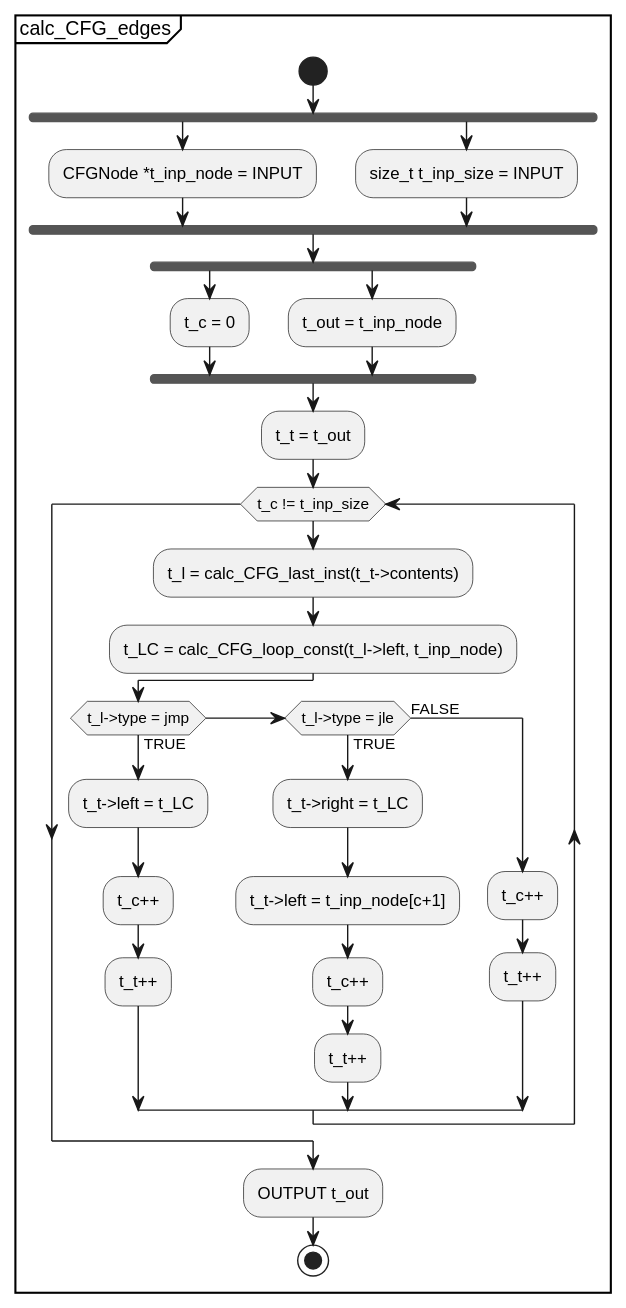
KeithCBrett/Python-Compiler keeps this PlantUML diagram as docs/UML/Control_Flow_Graph_Generation_Scheme/submodules/svg/calc_CFG_edges.svg. Above is the earlier version.
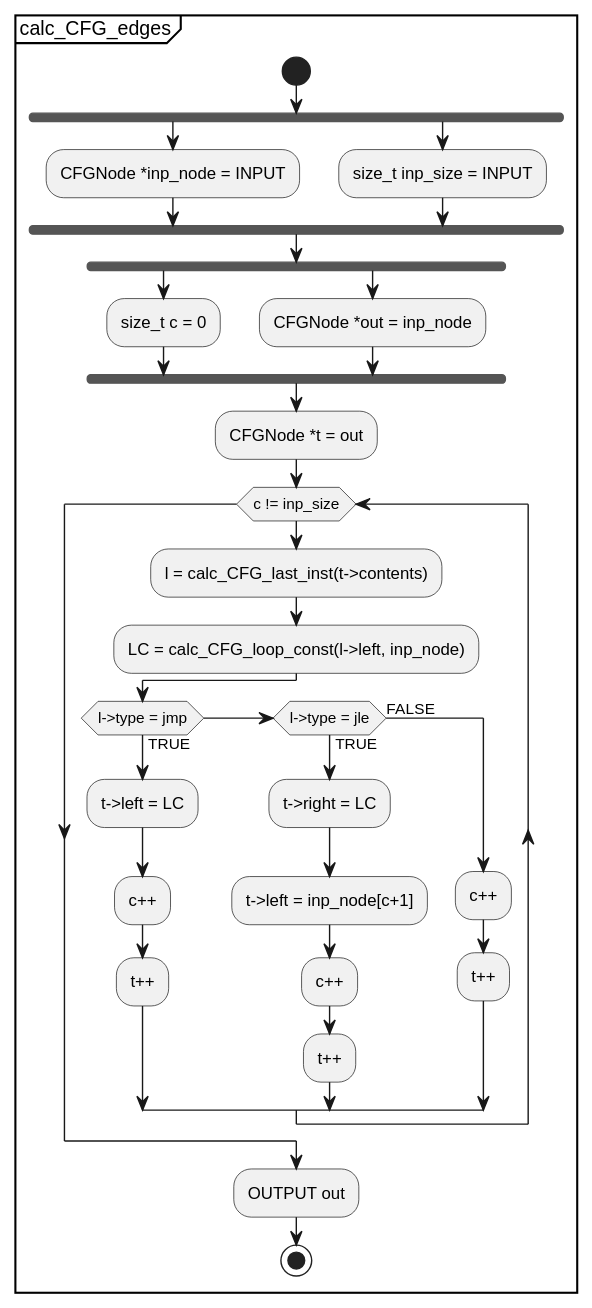
The same diagram one commit later.

What changed in the source:
```diff
@@ -1,35 +1,35 @@
 @startuml
 partition calc_CFG_edges {
 start
-    fork
-        :CFGNode *t_inp_node = INPUT;
-    fork again
-        :size_t t_inp_size = INPUT;
-    end fork
-    fork
-        :t_c = 0;
-    fork again
-        :t_out = t_inp_node;
-    end fork
-    :t_t = t_out;
-    while (t_c != t_inp_size)
-        :t_l = calc_CFG_last_inst(t_t->contents);
-        :t_LC = calc_CFG_loop_const(t_l->left, t_inp_node);
-        if (t_l->type = jmp) then (TRUE)
-            :t_t->left = t_LC;
-            :t_c++;
-            :t_t++;
-        elseif (t_l->type = jle) then (TRUE)
-            :t_t->right = t_LC;
-            :t_t->left = t_inp_node[c+1];
-            :t_c++;
-            :t_t++;
-        else (FALSE)
-            :t_c++;
-            :t_t++;
-        endif
-    endwhile
-    :OUTPUT t_out;
-stop
+	fork
+		:CFGNode *inp_node = INPUT;
+	fork again
+		:size_t inp_size = INPUT;
+	end fork
+	fork
+		:size_t c = 0;
+	fork again
+		:CFGNode *out = inp_node;
+	end fork
+	:CFGNode *t = out;
+	while (c != inp_size)
+		:l = calc_CFG_last_inst(t->contents);
+		:LC = calc_CFG_loop_const(l->left, inp_node);
+		if (l->type = jmp) then (TRUE)
+			:t->left = LC;
+			:c++;
+			:t++;
+		elseif (l->type = jle) then (TRUE)
+			:t->right = LC;
+			:t->left = inp_node[c+1];
+			:c++;
+			:t++;
+		else (FALSE)
+			:c++;
+			:t++;
+		endif
+	endwhile
+	:OUTPUT out;
+	stop
 }
 @enduml
```
